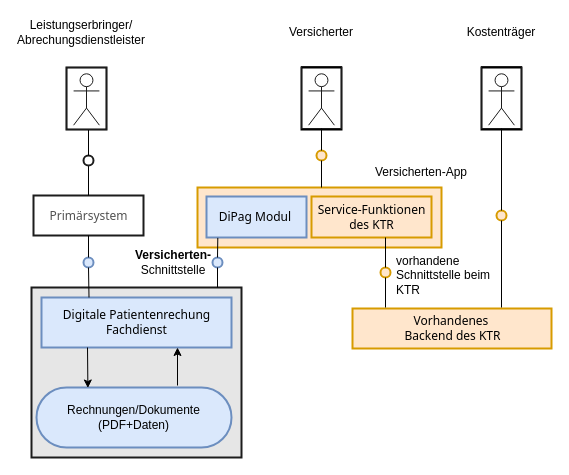
The draw.io diagram image_src/Einreichen-integriert.drawio in gematik/ig-versicherten-app, before the edit. Source tidied: cells renumbered, new cells numbered last; positions are measured from the earlier drawing's top-left corner, leaving out a move shared by most shapes. Both pictures are drawn from the tidied source at 100%, with x=0, y=0 at pixel (31, 17).
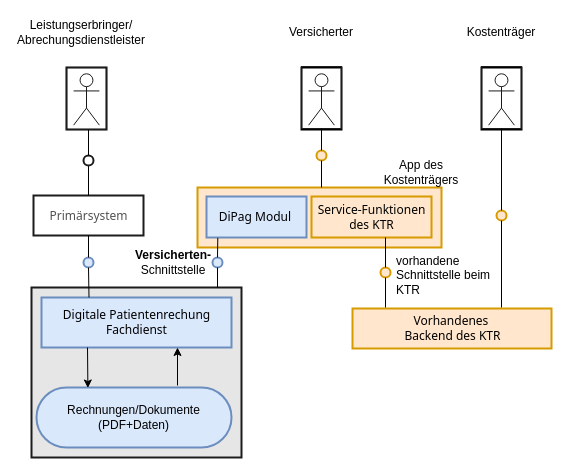
After the change.

Commit message (it also covers changes not shown here):
docs: update diagram content and improve terminology for clarity

The edit, as a diff of the source:
```diff
@@
-    <mxCell id="41" value="Versicherten-App" style="text;html=1;whiteSpace=wrap;strokeColor=none;fillColor=none;align=center;verticalAlign=middle;rounded=0;" parent="1" vertex="1">
+    <mxCell id="41" value="App des Kostenträgers" style="text;html=1;whiteSpace=wrap;strokeColor=none;fillColor=none;align=center;verticalAlign=middle;rounded=0;" parent="1" vertex="1">
       <mxGeometry x="340" y="140" width="100" height="30" as="geometry" />
     </mxCell>
```
